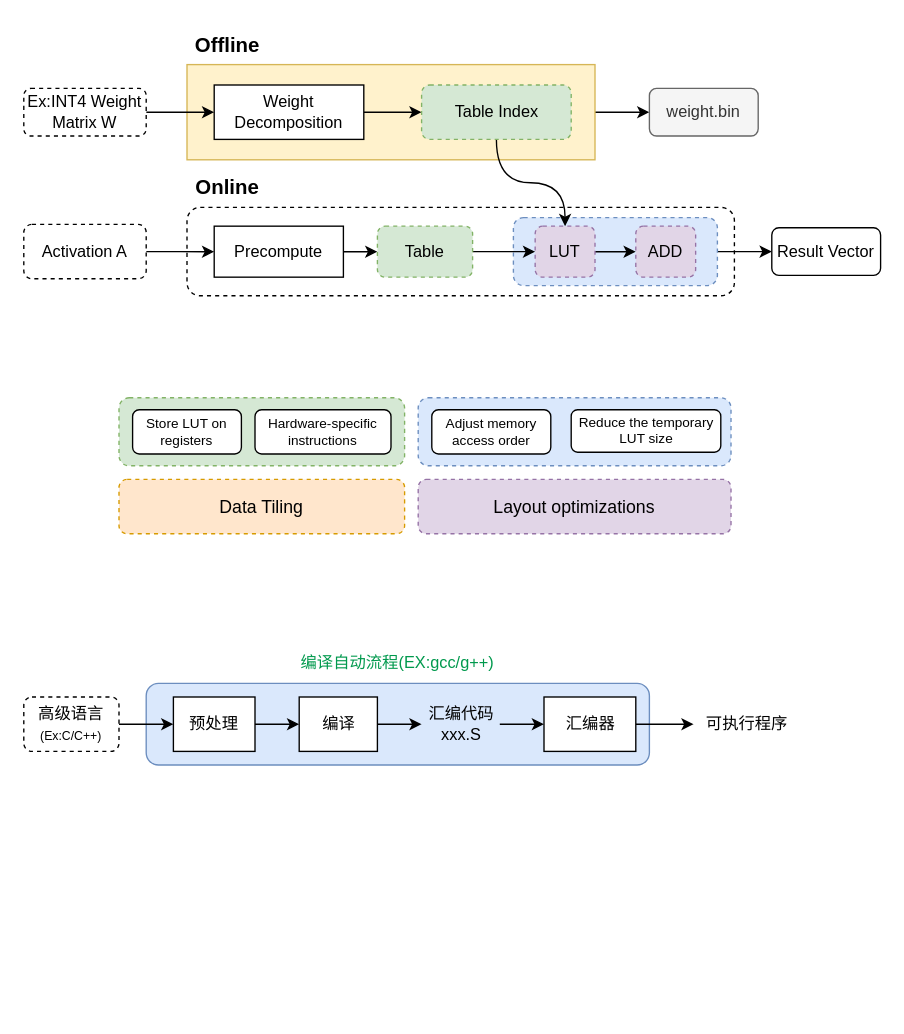
Above: llama.cpp/bitnet.drawio in mailonghua/drawio (draw.io), before the change. Source tidied: cells renumbered, new cells numbered last; positions are measured from the earlier drawing's top-left corner, leaving out a move shared by most shapes. Both pictures are drawn from the tidied source at 136%, with x=0, y=0 at pixel (23, 23).
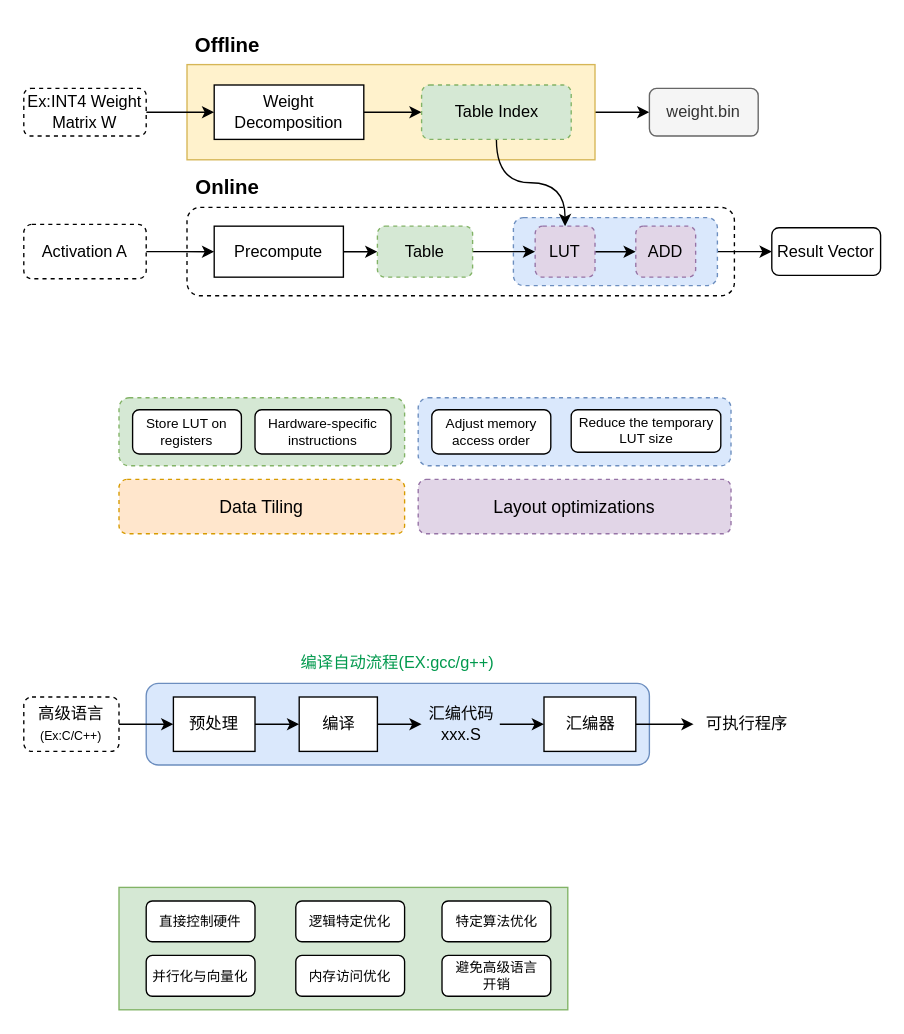
Above is the later version.

Diff of the diagram source:
```diff
@@
+    <mxCell id="47" style="rounded=0;whiteSpace=wrap;html=1;fillColor=#d5e8d4;strokeColor=#82b366;" parent="1" vertex="1">
+      <mxGeometry x="70" y="635" width="330" height="90" as="geometry" />
+    </mxCell>
@@
+    <mxCell id="48" value="直接控制硬件" style="rounded=1;whiteSpace=wrap;html=1;fontSize=10;align=center;" parent="1" vertex="1">
+      <mxGeometry x="90" y="645" width="80" height="30" as="geometry" />
+    </mxCell>
+    <mxCell id="49" value="逻辑特定优化" style="rounded=1;whiteSpace=wrap;html=1;fontSize=10;" parent="1" vertex="1">
+      <mxGeometry x="200" y="645" width="80" height="30" as="geometry" />
+    </mxCell>
+    <mxCell id="50" value="并行化与向量化" style="rounded=1;whiteSpace=wrap;html=1;fontSize=10;" parent="1" vertex="1">
+      <mxGeometry x="90" y="685" width="80" height="30" as="geometry" />
+    </mxCell>
+    <mxCell id="51" value="内存访问优化" style="rounded=1;whiteSpace=wrap;html=1;fontSize=10;" parent="1" vertex="1">
+      <mxGeometry x="200" y="685" width="80" height="30" as="geometry" />
+    </mxCell>
+    <mxCell id="52" value="特定算法优化" style="rounded=1;whiteSpace=wrap;html=1;fontSize=10;" parent="1" vertex="1">
+      <mxGeometry x="307.5" y="645" width="80" height="30" as="geometry" />
+    </mxCell>
+    <mxCell id="53" value="避免高级语言&lt;div&gt;开销&lt;/div&gt;" style="rounded=1;whiteSpace=wrap;html=1;fontSize=10;" parent="1" vertex="1">
+      <mxGeometry x="307.5" y="685" width="80" height="30" as="geometry" />
+    </mxCell>
```
